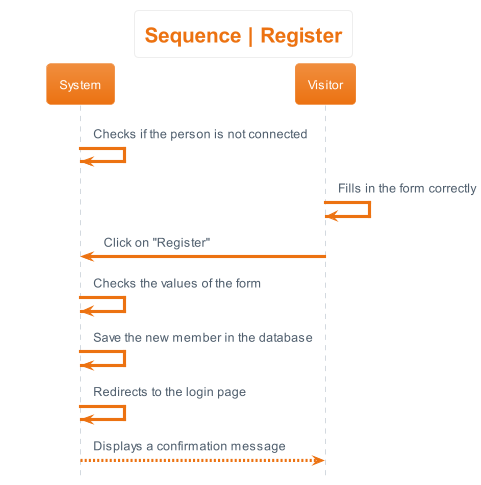
Above: diagrammes/sequence/members/sequence__register.png in sebastien-d-me/SnowTricks (PlantUML), before the change. Its diagram source:
```plantuml
@startuml sequence__register
hide footbox
skinparam actorStyle awesome
!theme aws-orange
skinparam backgroundcolor White

title Sequence | Register

System -> System : Checks if the person is not connected
Visitor -> Visitor : Fills in the form correctly
Visitor -> System : Click on "Register"
System -> System : Checks the values of the form
System -> System : Save the new member in the database
System -> System : Redirects to the login page
System --> Visitor : Displays a confirmation message
@enduml
```
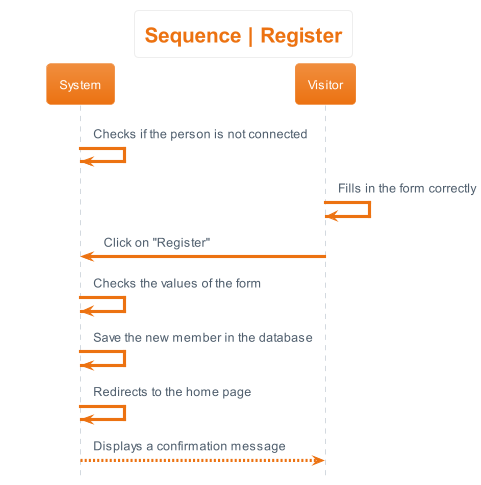
The same diagram one commit later.

Change to the diagram source:
```diff
@@ -11,6 +11,6 @@
 Visitor -> System : Click on "Register"
 System -> System : Checks the values of the form
 System -> System : Save the new member in the database
-System -> System : Redirects to the login page
+System -> System : Redirects to the home page
 System --> Visitor : Displays a confirmation message
 @enduml
```
